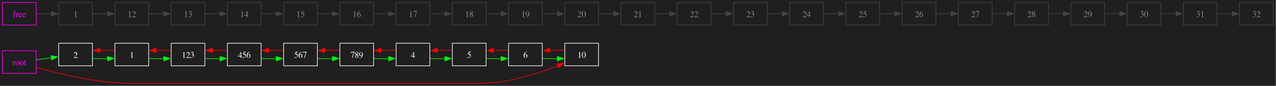
senyaa1/list keeps this Graphviz diagram as graph.png. Above is the earlier version. Its source is kept beside it as graph.dot.
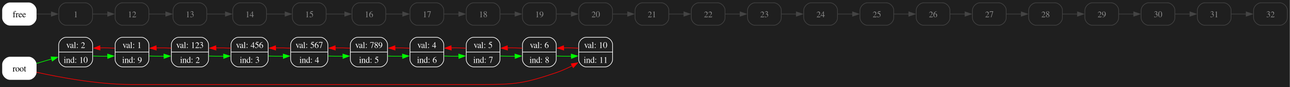
After the change.

The edit, as a diff of the source:
```diff
@@ -1,21 +1,21 @@
 digraph G {
-node [shape=box];
+node [shape=Mrecord];
 rankdir=LR;
 bgcolor="grey12";
-"-1161901314"[color="#FF00FF";fontcolor="#FF00FF";label="root"];
-"free"[color="#FF00FF";fontcolor="#FF00FF";label="free"];
+"0"[style="filled";color="#FFFFFF";fontcolor="#000000";label="root"];
+"free"[style="filled";color="#FFFFFF";fontcolor="#000000";label="free"];
 "free" -> "_1"[color="#444444"; fontcolor="green"];
 "_1"[color="#444444";fontcolor="#888888";label="1"];
-"123"[color="#FFFFFF";fontcolor="#FFFFFF"];
-"456"[color="#FFFFFF";fontcolor="#FFFFFF"];
-"567"[color="#FFFFFF";fontcolor="#FFFFFF"];
-"789"[color="#FFFFFF";fontcolor="#FFFFFF"];
-"4"[color="#FFFFFF";fontcolor="#FFFFFF"];
-"5"[color="#FFFFFF";fontcolor="#FFFFFF"];
-"6"[color="#FFFFFF";fontcolor="#FFFFFF"];
-"1"[color="#FFFFFF";fontcolor="#FFFFFF"];
-"2"[color="#FFFFFF";fontcolor="#FFFFFF"];
-"10"[color="#FFFFFF";fontcolor="#FFFFFF"];
+"2"[color="#FFFFFF";fontcolor="#FFFFFF";label="val: 123 | ind: 2 "];
+"3"[color="#FFFFFF";fontcolor="#FFFFFF";label="val: 456 | ind: 3 "];
+"4"[color="#FFFFFF";fontcolor="#FFFFFF";label="val: 567 | ind: 4 "];
+"5"[color="#FFFFFF";fontcolor="#FFFFFF";label="val: 789 | ind: 5 "];
+"6"[color="#FFFFFF";fontcolor="#FFFFFF";label="val: 4 | ind: 6 "];
+"7"[color="#FFFFFF";fontcolor="#FFFFFF";label="val: 5 | ind: 7 "];
+"8"[color="#FFFFFF";fontcolor="#FFFFFF";label="val: 6 | ind: 8 "];
+"9"[color="#FFFFFF";fontcolor="#FFFFFF";label="val: 1 | ind: 9 "];
+"10"[color="#FFFFFF";fontcolor="#FFFFFF";label="val: 2 | ind: 10 "];
+"11"[color="#FFFFFF";fontcolor="#FFFFFF";label="val: 10 | ind: 11 "];
 "_12"[color="#444444";fontcolor="#888888";label="12"];
 "_13"[color="#444444";fontcolor="#888888";label="13"];
 "_14"[color="#444444";fontcolor="#888888";label="14"];
@@ -37,27 +37,27 @@
 "_30"[color="#444444";fontcolor="#888888";label="30"];
 "_31"[color="#444444";fontcolor="#888888";label="31"];
 "_32"[color="#444444";fontcolor="#888888";label="32"];
-"-1161901314" -> "2"[color=green; fontcolor="green"];
-"-1161901314" -> "10"[color=red; fontcolor="red"];
+"0" -> "10"[color=green; fontcolor="green"];
+"0" -> "11"[color=red; fontcolor="red"];
 "_1" -> "_12"[color="#444444"; fontcolor="green"];
-"123" -> "456"[color=green; fontcolor="green"];
-"123" -> "1"[color=red; fontcolor="red"];
-"456" -> "567"[color=green; fontcolor="green"];
-"456" -> "123"[color=red; fontcolor="red"];
-"567" -> "789"[color=green; fontcolor="green"];
-"567" -> "456"[color=red; fontcolor="red"];
-"789" -> "4"[color=green; fontcolor="green"];
-"789" -> "567"[color=red; fontcolor="red"];
+"2" -> "3"[color=green; fontcolor="green"];
+"2" -> "9"[color=red; fontcolor="red"];
+"3" -> "4"[color=green; fontcolor="green"];
+"3" -> "2"[color=red; fontcolor="red"];
 "4" -> "5"[color=green; fontcolor="green"];
-"4" -> "789"[color=red; fontcolor="red"];
+"4" -> "3"[color=red; fontcolor="red"];
 "5" -> "6"[color=green; fontcolor="green"];
 "5" -> "4"[color=red; fontcolor="red"];
-"6" -> "10"[color=green; fontcolor="green"];
+"6" -> "7"[color=green; fontcolor="green"];
 "6" -> "5"[color=red; fontcolor="red"];
-"1" -> "123"[color=green; fontcolor="green"];
-"1" -> "2"[color=red; fontcolor="red"];
-"2" -> "1"[color=green; fontcolor="green"];
-"10" -> "6"[color=red; fontcolor="red"];
+"7" -> "8"[color=green; fontcolor="green"];
+"7" -> "6"[color=red; fontcolor="red"];
+"8" -> "11"[color=green; fontcolor="green"];
+"8" -> "7"[color=red; fontcolor="red"];
+"9" -> "2"[color=green; fontcolor="green"];
+"9" -> "10"[color=red; fontcolor="red"];
+"10" -> "9"[color=green; fontcolor="green"];
+"11" -> "8"[color=red; fontcolor="red"];
 "_12" -> "_13"[color="#444444"; fontcolor="green"];
 "_13" -> "_14"[color="#444444"; fontcolor="green"];
 "_14" -> "_15"[color="#444444"; fontcolor="green"];
```
